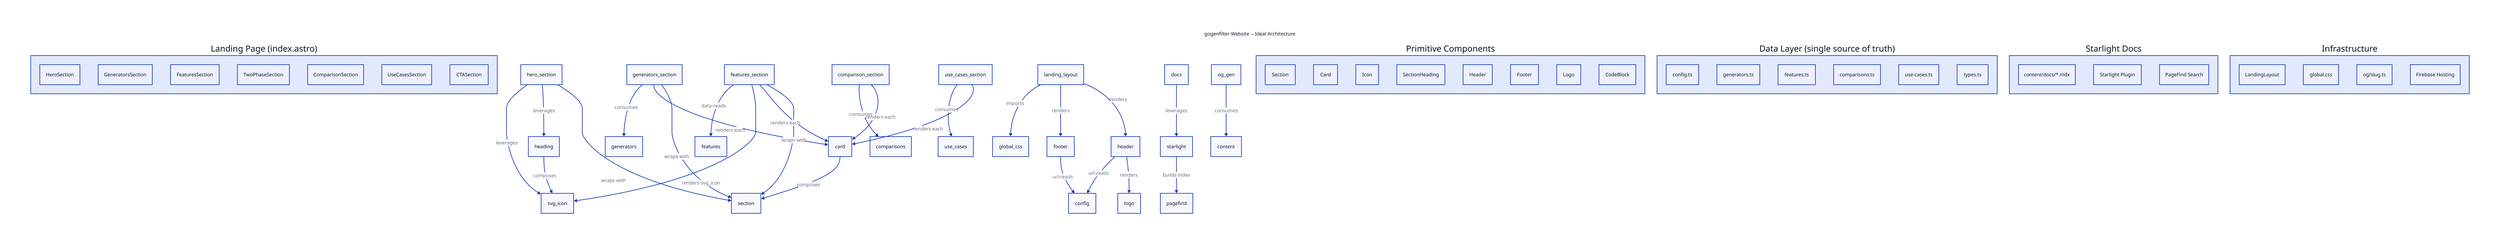
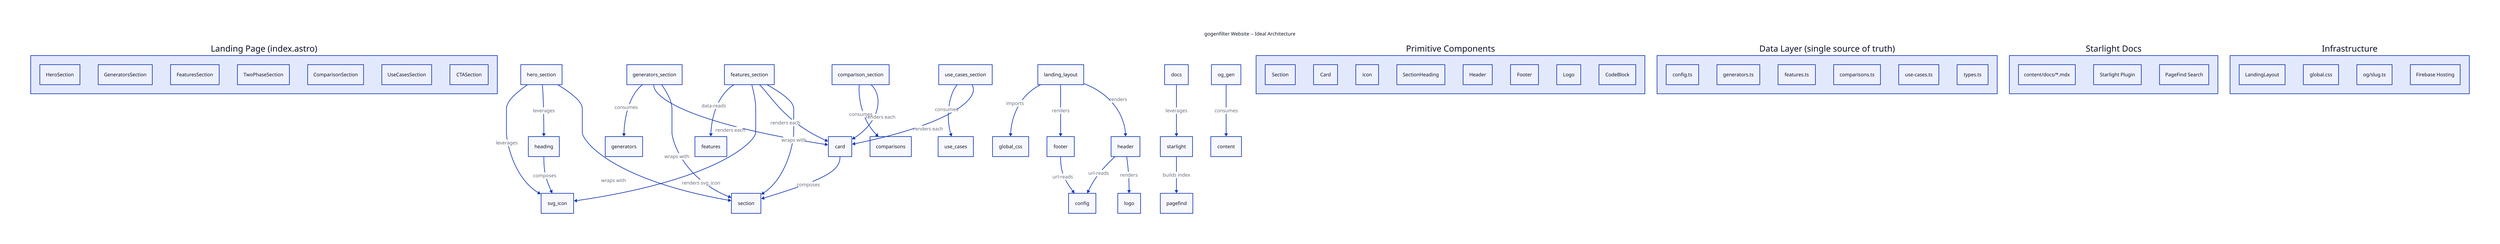
direction: down

title: {
  near: top-center
  shape: text
  label: gogenfilter Website -- Ideal Architecture
}

- group landing {
+ group landing: {
  label: Landing Page (index.astro)
  shape: rectangle

  hero_section: HeroSection
  generators_section: GeneratorsSection
  features_section: FeaturesSection
  two_phase_section: TwoPhaseSection
  comparison_section: ComparisonSection
  use_cases_section: UseCasesSection
  cta_section: CTASection
}

- group primitives {
+ group primitives: {
  label: Primitive Components
  shape: rectangle

  section: Section
  card: Card
-   svg_icon: Icon
+   svg_icon: icon
  heading: SectionHeading
  header: Header
  footer: Footer
  logo: Logo
  code_block: CodeBlock
}

- group data {
+ group data: {
  label: Data Layer (single source of truth)
  shape: rectangle

  config: config.ts
  generators: generators.ts
  features: features.ts
  comparisons: comparisons.ts
  use_cases: use-cases.ts
  types: types.ts
}

- group docs {
+ group docs: {
  label: Starlight Docs
  shape: rectangle

  content: content/docs/*.mdx
  starlight: Starlight Plugin
  pagefind: PageFind Search
}

- group infra {
+ group infra: {
  label: Infrastructure
  shape: rectangle

  landing_layout: LandingLayout
  global_css: global.css
  og_gen: og/slug.ts
  firebase: Firebase Hosting
}

hero_section -> section: wraps with
hero_section -> heading: leverages
hero_section -> svg_icon: leverages
generators_section -> section: wraps with
generators_section -> card: renders each
features_section -> section: wraps with
features_section -> card: renders each
features_section -> svg_icon: renders svg_icon
comparison_section -> card: renders each
use_cases_section -> card: renders each
card -> section: composes
heading -> svg_icon: composes

generators_section -> generators: consumes
features_section -> features: data-reads
comparison_section -> comparisons: consumes
use_cases_section -> use_cases: consumes

landing_layout -> header: renders
landing_layout -> footer: renders
landing_layout -> global_css: imports
header -> logo: renders
header -> config: url-reads
footer -> config: url-reads

docs -> starlight: leverages
starlight -> pagefind: builds index
og_gen -> content: consumes
